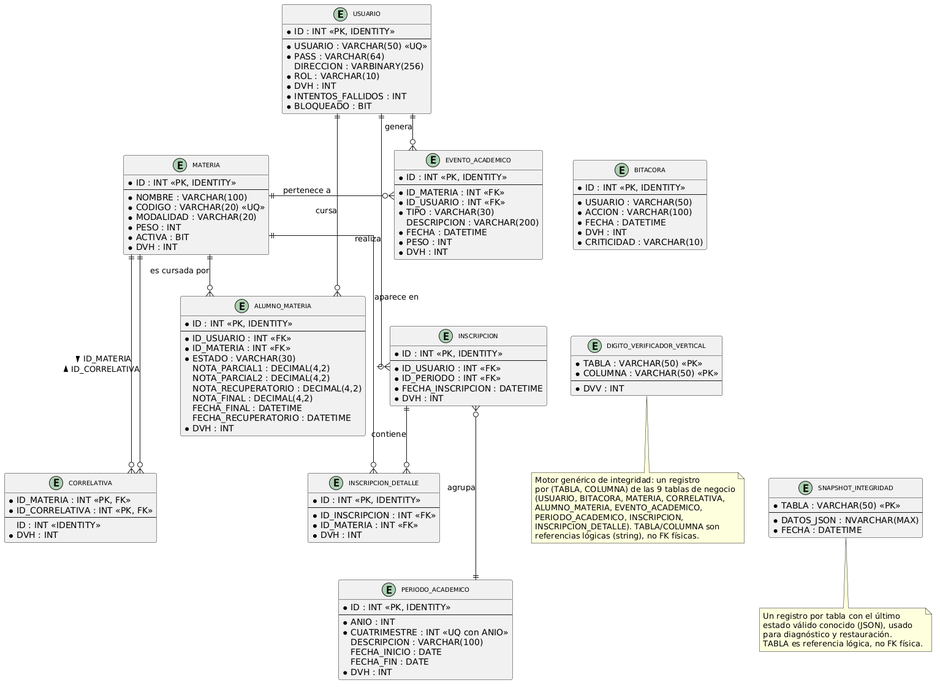
Earlier version of the PlantUML export DIAGRAMAS/DER.png (Urrels/tpDYAWeb).
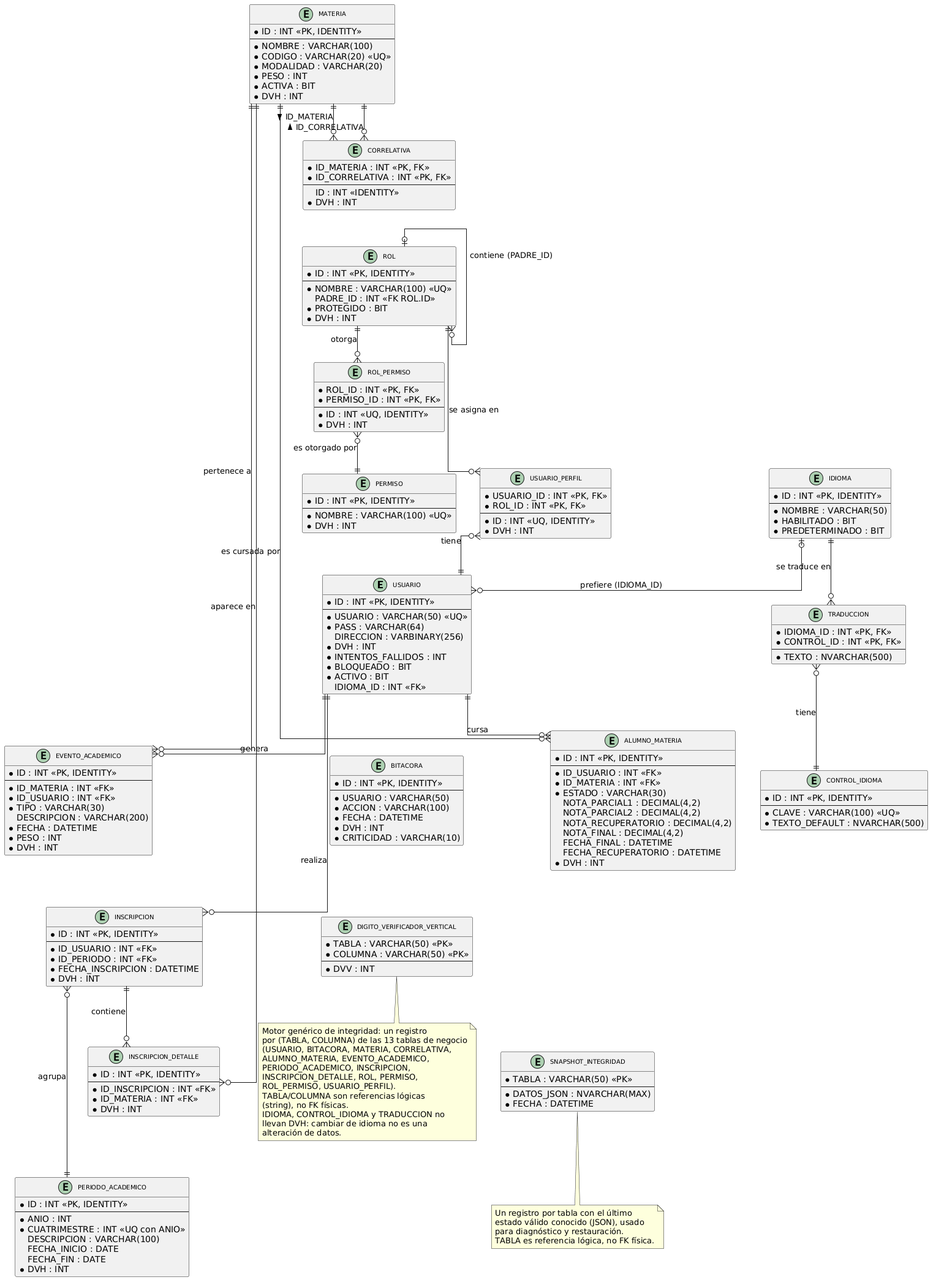
Above is the later version.

Change to the diagram source:
```diff
@@ -15,10 +15,11 @@
   *USUARIO : VARCHAR(50) <<UQ>>
   *PASS : VARCHAR(64)
   DIRECCION : VARBINARY(256)
-  *ROL : VARCHAR(10)
   *DVH : INT
   *INTENTOS_FALLIDOS : INT
   *BLOQUEADO : BIT
+  *ACTIVO : BIT
+  IDIOMA_ID : INT <<FK>>
 }
 
 entity "BITACORA" as BITACORA {
@@ -105,6 +106,60 @@
   *DVH : INT
 }
 
+entity "ROL" as ROL {
+  *ID : INT <<PK, IDENTITY>>
+  --
+  *NOMBRE : VARCHAR(100) <<UQ>>
+  PADRE_ID : INT <<FK ROL.ID>>
+  *PROTEGIDO : BIT
+  *DVH : INT
+}
+
+entity "PERMISO" as PERMISO {
+  *ID : INT <<PK, IDENTITY>>
+  --
+  *NOMBRE : VARCHAR(100) <<UQ>>
+  *DVH : INT
+}
+
+entity "ROL_PERMISO" as ROL_PERMISO {
+  *ROL_ID : INT <<PK, FK>>
+  *PERMISO_ID : INT <<PK, FK>>
+  --
+  *ID : INT <<UQ, IDENTITY>>
+  *DVH : INT
+}
+
+entity "USUARIO_PERFIL" as USUARIO_PERFIL {
+  *USUARIO_ID : INT <<PK, FK>>
+  *ROL_ID : INT <<PK, FK>>
+  --
+  *ID : INT <<UQ, IDENTITY>>
+  *DVH : INT
+}
+
+entity "IDIOMA" as IDIOMA {
+  *ID : INT <<PK, IDENTITY>>
+  --
+  *NOMBRE : VARCHAR(50)
+  *HABILITADO : BIT
+  *PREDETERMINADO : BIT
+}
+
+entity "CONTROL_IDIOMA" as CONTROL_IDIOMA {
+  *ID : INT <<PK, IDENTITY>>
+  --
+  *CLAVE : VARCHAR(100) <<UQ>>
+  *TEXTO_DEFAULT : NVARCHAR(500)
+}
+
+entity "TRADUCCION" as TRADUCCION {
+  *IDIOMA_ID : INT <<PK, FK>>
+  *CONTROL_ID : INT <<PK, FK>>
+  --
+  *TEXTO : NVARCHAR(500)
+}
+
 entity "DIGITO_VERIFICADOR_VERTICAL" as DVV {
   *TABLA : VARCHAR(50) <<PK>>
   *COLUMNA : VARCHAR(50) <<PK>>
@@ -121,12 +176,17 @@
 
 note bottom of DVV
   Motor genérico de integridad: un registro
-  por (TABLA, COLUMNA) de las 9 tablas de negocio
+  por (TABLA, COLUMNA) de las 13 tablas de negocio
   (USUARIO, BITACORA, MATERIA, CORRELATIVA,
   ALUMNO_MATERIA, EVENTO_ACADEMICO,
   PERIODO_ACADEMICO, INSCRIPCION,
-  INSCRIPCION_DETALLE). TABLA/COLUMNA son
-  referencias lógicas (string), no FK físicas.
+  INSCRIPCION_DETALLE, ROL, PERMISO,
+  ROL_PERMISO, USUARIO_PERFIL).
+  TABLA/COLUMNA son referencias lógicas
+  (string), no FK físicas.
+  IDIOMA, CONTROL_IDIOMA y TRADUCCION no
+  llevan DVH: cambiar de idioma no es una
+  alteración de datos.
 end note
 
 note bottom of SNAPSHOT
@@ -152,6 +212,16 @@
 INSCRIPCION     ||--o{    INSCRIPCION_DETALLE : "contiene"
 MATERIA         ||--o{    INSCRIPCION_DETALLE : "aparece en"
 
+ROL             |o--o{    ROL                 : "contiene (PADRE_ID)"
+ROL             ||--o{    ROL_PERMISO         : "otorga"
+PERMISO         ||--o{    ROL_PERMISO         : "es otorgado por"
+USUARIO         ||--o{    USUARIO_PERFIL      : "tiene"
+ROL             ||--o{    USUARIO_PERFIL      : "se asigna en"
+
+IDIOMA          |o--o{    USUARIO             : "prefiere (IDIOMA_ID)"
+IDIOMA          ||--o{    TRADUCCION          : "se traduce en"
+CONTROL_IDIOMA  ||--o{    TRADUCCION          : "tiene"
+
 USUARIO    -[hidden]down-> BITACORA
 
 USUARIO    -[hidden]right-> MATERIA
@@ -166,4 +236,13 @@
 
 BITACORA   -[hidden]down-> DVV
 DVV        -[hidden]down-> SNAPSHOT
+
+CORRELATIVA      -[hidden]down-> ROL
+ROL              -[hidden]down-> ROL_PERMISO
+ROL_PERMISO      -[hidden]down-> PERMISO
+PERMISO          -[hidden]right-> USUARIO_PERFIL
+
+USUARIO_PERFIL   -[hidden]right-> IDIOMA
+IDIOMA           -[hidden]down-> TRADUCCION
+TRADUCCION       -[hidden]down-> CONTROL_IDIOMA
 @enduml
```
